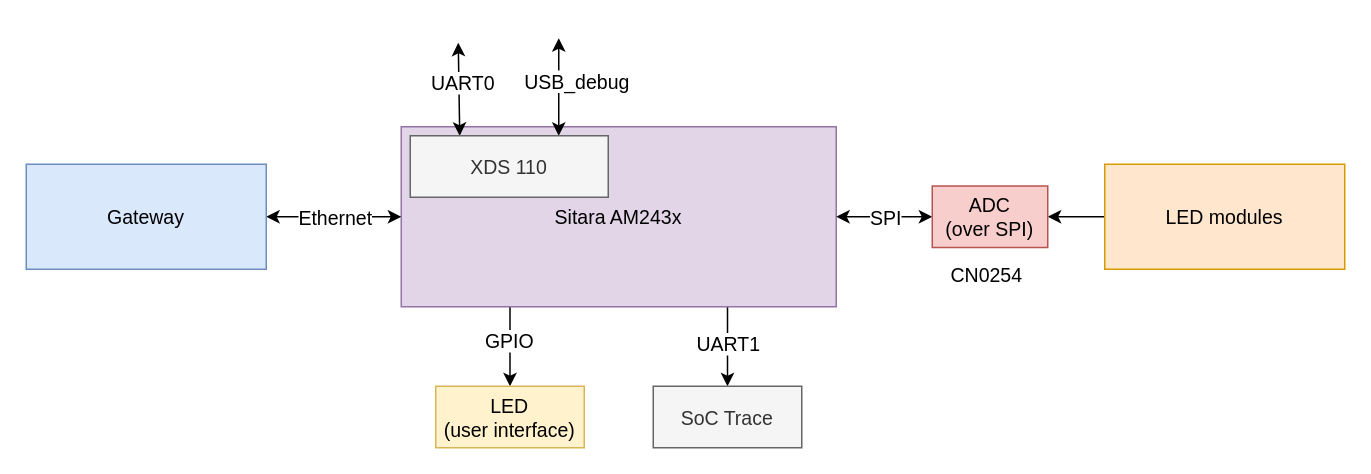
Above: schematic/06-hw-prototype.drawio in petrkucerak/diplom-thesis (draw.io), before the change. Source tidied: cells renumbered, new cells numbered last; positions are measured from the earlier drawing's top-left corner, leaving out a move shared by most shapes. Both pictures are drawn from the tidied source at 150%, with x=0, y=0 at pixel (26, 38).
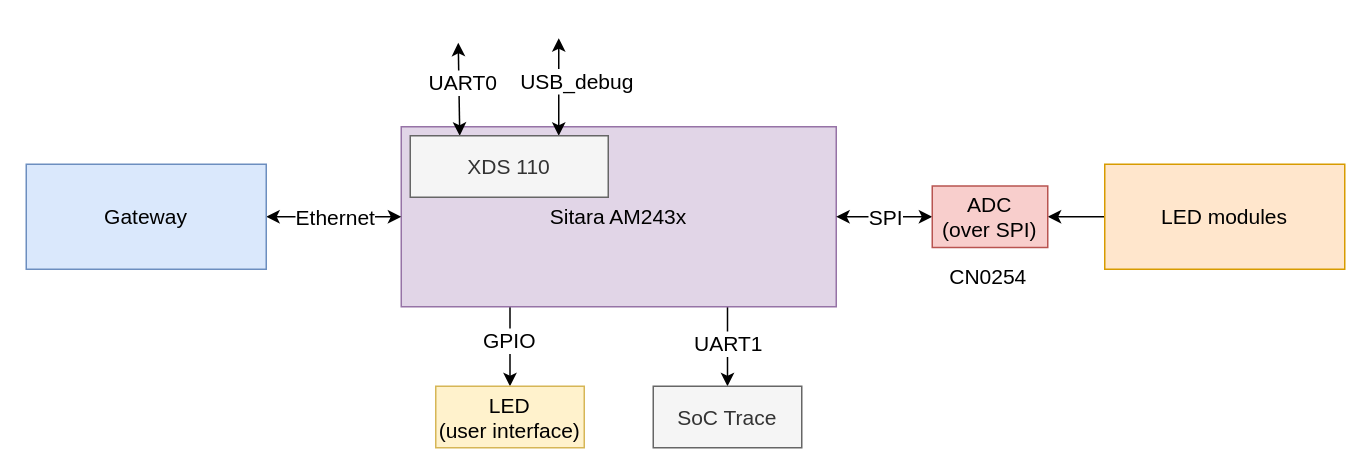
After the change.

What changed in the source:
```diff
@@
-    <mxCell id="2" style="edgeStyle=none;html=1;exitX=0.25;exitY=1;exitDx=0;exitDy=0;fontSize=13;" parent="1" edge="1" source="6" target="15">
+    <mxCell id="2" style="edgeStyle=none;html=1;exitX=0.25;exitY=1;exitDx=0;exitDy=0;fontSize=14;" parent="1" edge="1" source="6" target="15">
       <mxGeometry relative="1" as="geometry" />
     </mxCell>
-    <mxCell id="3" value="GPIO" style="edgeLabel;html=1;align=center;verticalAlign=middle;fontSize=13;" parent="2" vertex="1">
+    <mxCell id="3" value="GPIO" style="edgeLabel;html=1;align=center;verticalAlign=middle;fontSize=14;" parent="2" vertex="1">
       <mxGeometry x="-0.17" y="-1" relative="1" as="geometry" />
     </mxCell>
-    <mxCell id="4" style="edgeStyle=none;html=1;exitX=0.75;exitY=1;exitDx=0;exitDy=0;fontSize=13;" parent="1" edge="1" source="6" target="17">
+    <mxCell id="4" style="edgeStyle=none;html=1;exitX=0.75;exitY=1;exitDx=0;exitDy=0;fontSize=14;" parent="1" edge="1" source="6" target="17">
       <mxGeometry relative="1" as="geometry" />
     </mxCell>
-    <mxCell id="5" value="UART1" style="edgeLabel;html=1;align=center;verticalAlign=middle;fontSize=13;" parent="4" vertex="1">
+    <mxCell id="5" value="UART1" style="edgeLabel;html=1;align=center;verticalAlign=middle;fontSize=14;" parent="4" vertex="1">
       <mxGeometry x="-0.26" relative="1" as="geometry">
         <mxPoint y="4" as="offset" />
       </mxGeometry>
     </mxCell>
-    <mxCell id="6" value="&lt;span style=&quot;color: rgb(0, 0, 0); text-wrap-mode: nowrap;&quot;&gt;Sitara AM243x&lt;/span&gt;" style="rounded=0;whiteSpace=wrap;html=1;fillColor=#e1d5e7;strokeColor=#9673a6;fontSize=13;" parent="1" vertex="1">
+    <mxCell id="6" value="&lt;span style=&quot;color: rgb(0, 0, 0); text-wrap-mode: nowrap;&quot;&gt;Sitara AM243x&lt;/span&gt;" style="rounded=0;whiteSpace=wrap;html=1;fillColor=#e1d5e7;strokeColor=#9673a6;fontSize=14;" parent="1" vertex="1">
       <mxGeometry x="250" y="59" width="290" height="120" as="geometry" />
     </mxCell>
-    <mxCell id="7" style="edgeStyle=none;html=1;exitX=0;exitY=0.5;exitDx=0;exitDy=0;fontSize=13;" parent="1" edge="1" source="8" target="14">
+    <mxCell id="7" style="edgeStyle=none;html=1;exitX=0;exitY=0.5;exitDx=0;exitDy=0;fontSize=14;" parent="1" edge="1" source="8" target="14">
       <mxGeometry relative="1" as="geometry" />
     </mxCell>
-    <mxCell id="8" value="LED modules" style="rounded=0;whiteSpace=wrap;html=1;fillColor=#ffe6cc;strokeColor=#d79b00;fontSize=13;" parent="1" vertex="1">
+    <mxCell id="8" value="LED modules" style="rounded=0;whiteSpace=wrap;html=1;fillColor=#ffe6cc;strokeColor=#d79b00;fontSize=14;" parent="1" vertex="1">
       <mxGeometry x="719" y="84" width="160" height="70" as="geometry" />
     </mxCell>
-    <mxCell id="9" style="edgeStyle=none;html=1;exitX=1;exitY=0.5;exitDx=0;exitDy=0;entryX=0;entryY=0.5;entryDx=0;entryDy=0;startArrow=classic;startFill=1;fontSize=13;" parent="1" edge="1" source="11" target="6">
+    <mxCell id="9" style="edgeStyle=none;html=1;exitX=1;exitY=0.5;exitDx=0;exitDy=0;entryX=0;entryY=0.5;entryDx=0;entryDy=0;startArrow=classic;startFill=1;fontSize=14;" parent="1" edge="1" source="11" target="6">
       <mxGeometry relative="1" as="geometry" />
     </mxCell>
-    <mxCell id="10" value="Ethernet" style="edgeLabel;html=1;align=center;verticalAlign=middle;fontSize=13;" parent="9" vertex="1">
+    <mxCell id="10" value="Ethernet" style="edgeLabel;html=1;align=center;verticalAlign=middle;fontSize=14;" parent="9" vertex="1">
       <mxGeometry x="-0.27" relative="1" as="geometry">
         <mxPoint x="12" as="offset" />
       </mxGeometry>
     </mxCell>
-    <mxCell id="11" value="Gateway" style="rounded=0;whiteSpace=wrap;html=1;fillColor=#dae8fc;strokeColor=#6c8ebf;fontSize=13;" parent="1" vertex="1">
+    <mxCell id="11" value="Gateway" style="rounded=0;whiteSpace=wrap;html=1;fillColor=#dae8fc;strokeColor=#6c8ebf;fontSize=14;" parent="1" vertex="1">
       <mxGeometry y="84" width="160" height="70" as="geometry" />
     </mxCell>
-    <mxCell id="12" style="edgeStyle=orthogonalEdgeStyle;html=1;exitX=0;exitY=0.5;exitDx=0;exitDy=0;startArrow=classic;startFill=1;fontSize=13;entryX=1;entryY=0.5;entryDx=0;entryDy=0;" parent="1" edge="1" source="14" target="6">
+    <mxCell id="12" style="edgeStyle=orthogonalEdgeStyle;html=1;exitX=0;exitY=0.5;exitDx=0;exitDy=0;startArrow=classic;startFill=1;fontSize=14;entryX=1;entryY=0.5;entryDx=0;entryDy=0;" parent="1" edge="1" source="14" target="6">
       <mxGeometry relative="1" as="geometry" />
     </mxCell>
-    <mxCell id="13" value="SPI" style="edgeLabel;html=1;align=center;verticalAlign=middle;fontSize=13;" parent="12" vertex="1">
+    <mxCell id="13" value="SPI" style="edgeLabel;html=1;align=center;verticalAlign=middle;fontSize=14;" parent="12" vertex="1">
       <mxGeometry x="0.21" y="1" relative="1" as="geometry">
         <mxPoint x="7" y="-1" as="offset" />
       </mxGeometry>
     </mxCell>
-    <mxCell id="14" value="ADC&lt;div&gt;(over SPI)&lt;/div&gt;" style="rounded=0;whiteSpace=wrap;html=1;fillColor=#f8cecc;strokeColor=#b85450;fontSize=13;" parent="1" vertex="1">
+    <mxCell id="14" value="ADC&lt;div&gt;(over SPI)&lt;/div&gt;" style="rounded=0;whiteSpace=wrap;html=1;fillColor=#f8cecc;strokeColor=#b85450;fontSize=14;" parent="1" vertex="1">
       <mxGeometry x="604" y="98.5" width="77" height="41" as="geometry" />
     </mxCell>
-    <mxCell id="15" value="LED&lt;br&gt;(user interface)" style="rounded=0;whiteSpace=wrap;html=1;fillColor=#fff2cc;strokeColor=#d6b656;fontSize=13;" parent="1" vertex="1">
+    <mxCell id="15" value="LED&lt;br&gt;(user interface)" style="rounded=0;whiteSpace=wrap;html=1;fillColor=#fff2cc;strokeColor=#d6b656;fontSize=14;" parent="1" vertex="1">
       <mxGeometry x="273" y="232" width="99" height="41" as="geometry" />
     </mxCell>
-    <mxCell id="16" value="CN0254" style="text;html=1;align=center;verticalAlign=middle;strokeColor=none;fillColor=none;fontSize=13;" parent="1" vertex="1">
-      <mxGeometry x="607" y="144" width="66" height="28" as="geometry" />
+    <mxCell id="16" value="CN0254" style="text;html=1;align=center;verticalAlign=middle;strokeColor=none;fillColor=none;fontSize=14;" parent="1" vertex="1">
+      <mxGeometry x="606" y="144" width="69" height="29" as="geometry" />
     </mxCell>
-    <mxCell id="17" value="SoC Trace" style="rounded=0;whiteSpace=wrap;html=1;fillColor=#f5f5f5;strokeColor=#666666;fontColor=#333333;fontSize=13;" parent="1" vertex="1">
+    <mxCell id="17" value="SoC Trace" style="rounded=0;whiteSpace=wrap;html=1;fillColor=#f5f5f5;strokeColor=#666666;fontColor=#333333;fontSize=14;" parent="1" vertex="1">
       <mxGeometry x="418" y="232" width="99" height="41" as="geometry" />
     </mxCell>
-    <mxCell id="18" style="edgeStyle=none;html=1;exitX=0.25;exitY=0;exitDx=0;exitDy=0;startArrow=classic;startFill=1;fontSize=13;" parent="1" edge="1" source="22">
+    <mxCell id="18" style="edgeStyle=none;html=1;exitX=0.25;exitY=0;exitDx=0;exitDy=0;startArrow=classic;startFill=1;fontSize=14;" parent="1" edge="1" source="22">
       <mxGeometry relative="1" as="geometry">
         <mxPoint x="288" y="3" as="targetPoint" />
       </mxGeometry>
     </mxCell>
-    <mxCell id="19" value="UART0" style="edgeLabel;html=1;align=center;verticalAlign=middle;fontSize=13;" parent="18" vertex="1">
+    <mxCell id="19" value="UART0" style="edgeLabel;html=1;align=center;verticalAlign=middle;fontSize=14;" parent="18" vertex="1">
       <mxGeometry x="0.34" relative="1" as="geometry">
         <mxPoint x="2" y="6" as="offset" />
       </mxGeometry>
     </mxCell>
-    <mxCell id="20" style="edgeStyle=none;html=1;exitX=0.75;exitY=0;exitDx=0;exitDy=0;startArrow=classic;startFill=1;fontSize=13;" parent="1" edge="1" source="22">
+    <mxCell id="20" style="edgeStyle=none;html=1;exitX=0.75;exitY=0;exitDx=0;exitDy=0;startArrow=classic;startFill=1;fontSize=14;" parent="1" edge="1" source="22">
       <mxGeometry relative="1" as="geometry">
         <mxPoint x="355" as="targetPoint" />
       </mxGeometry>
     </mxCell>
-    <mxCell id="21" value="USB_debug" style="edgeLabel;html=1;align=center;verticalAlign=middle;fontSize=13;" parent="20" vertex="1">
+    <mxCell id="21" value="USB_debug" style="edgeLabel;html=1;align=center;verticalAlign=middle;fontSize=14;" parent="20" vertex="1">
       <mxGeometry x="0.09" relative="1" as="geometry">
         <mxPoint x="11" y="-2" as="offset" />
       </mxGeometry>
     </mxCell>
-    <mxCell id="22" value="XDS 110" style="rounded=0;whiteSpace=wrap;html=1;fontSize=13;fillColor=#f5f5f5;fontColor=#333333;strokeColor=#666666;" parent="1" vertex="1">
+    <mxCell id="22" value="XDS 110" style="rounded=0;whiteSpace=wrap;html=1;fontSize=14;fillColor=#f5f5f5;fontColor=#333333;strokeColor=#666666;" parent="1" vertex="1">
       <mxGeometry x="256" y="65" width="132" height="41" as="geometry" />
     </mxCell>
```
